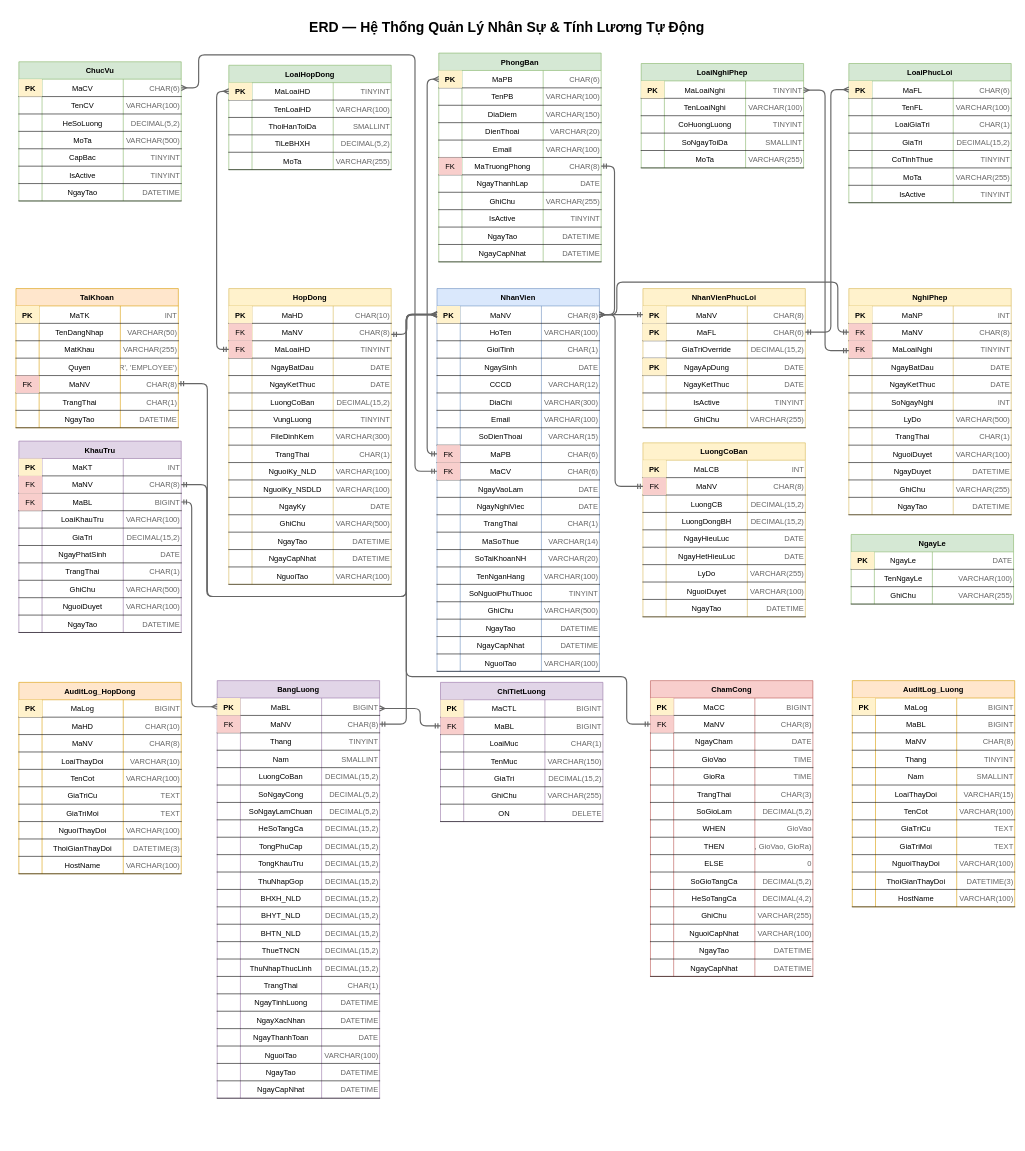
Earlier version of the draw.io diagram 01_Analysis/ERD_diagram.drawio (Thehy-IT/DBMS_Final_HRM). Source tidied: cells renumbered, new cells numbered last; positions are measured from the earlier drawing's top-left corner, leaving out a move shared by most shapes. Both pictures are drawn from the tidied source at 58%, with x=0, y=0 at pixel (16, 10).
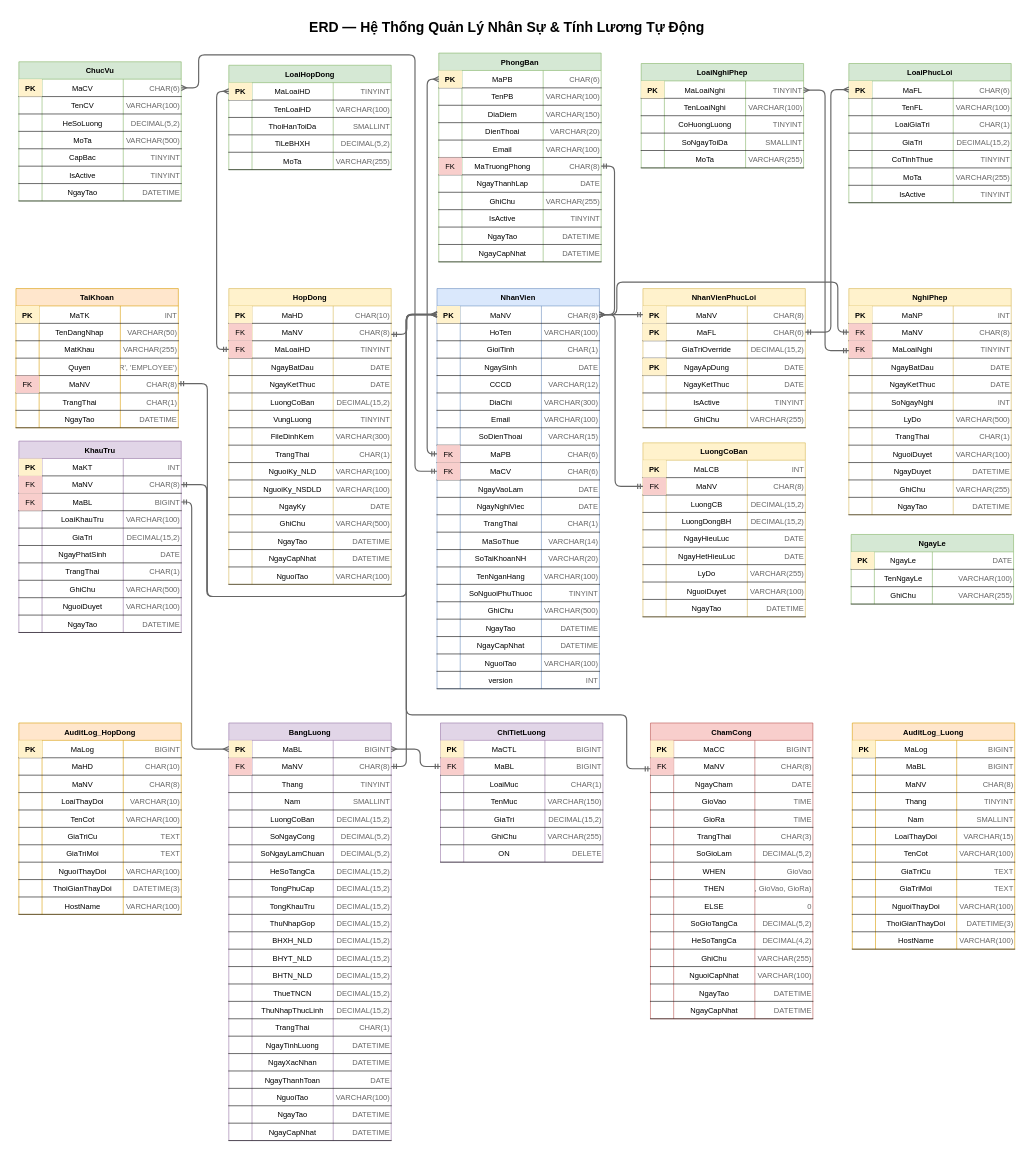
The same page after the edit.

Commit message:
hoàn thiện lại sơ đồ ERD

The change refers to these unchanged cells:
```xml
<mxCell id="161" style="shape=tableRow;horizontal=0;startSize=0;swimlaneHead=0;swimlaneBody=0;fillColor=none;points=[[0,0.5],[1,0.5]];portConstraint=eastwest;fontSize=13;top=0;left=0;right=0;bottom=1;strokeWidth=1;" parent="160" vertex="1">
  <mxGeometry y="30" width="280" height="30" as="geometry" />
</mxCell>
<mxCell id="430" style="shape=tableRow;horizontal=0;startSize=0;swimlaneHead=0;swimlaneBody=0;fillColor=none;points=[[0,0.5],[1,0.5]];portConstraint=eastwest;fontSize=13;top=0;left=0;right=0;bottom=1;strokeWidth=1;" parent="425" vertex="1">
  <mxGeometry y="60" width="280" height="30" as="geometry" />
</mxCell>
<mxCell id="491" style="shape=tableRow;horizontal=0;startSize=0;swimlaneHead=0;swimlaneBody=0;fillColor=none;points=[[0,0.5],[1,0.5]];portConstraint=eastwest;fontSize=13;top=0;left=0;right=0;bottom=1;strokeWidth=1;" parent="490" vertex="1">
  <mxGeometry y="30" width="280" height="30" as="geometry" />
</mxCell>
<mxCell id="495" style="shape=tableRow;horizontal=0;startSize=0;swimlaneHead=0;swimlaneBody=0;fillColor=none;points=[[0,0.5],[1,0.5]];portConstraint=eastwest;fontSize=13;top=0;left=0;right=0;bottom=1;strokeWidth=1;" parent="490" vertex="1">
  <mxGeometry y="60" width="280" height="30" as="geometry" />
</mxCell>
<mxCell id="588" style="shape=tableRow;horizontal=0;startSize=0;swimlaneHead=0;swimlaneBody=0;fillColor=none;points=[[0,0.5],[1,0.5]];portConstraint=eastwest;fontSize=13;top=0;left=0;right=0;bottom=1;strokeWidth=1;" parent="583" vertex="1">
  <mxGeometry y="60" width="280" height="30" as="geometry" />
</mxCell>
<mxCell id="621" style="shape=tableRow;horizontal=0;startSize=0;swimlaneHead=0;swimlaneBody=0;fillColor=none;points=[[0,0.5],[1,0.5]];portConstraint=eastwest;fontSize=13;top=0;left=0;right=0;bottom=1;strokeWidth=1;" parent="612" vertex="1">
  <mxGeometry y="90" width="280" height="30" as="geometry" />
</mxCell>
```

What changed in the source:
```diff
@@
     <mxCell id="160" value="NhanVien" style="shape=table;startSize=30;childLayout=tableLayout;rowLines=0;fontStyle=1;align=center;fontSize=13;fillColor=#dae8fc;strokeColor=#6c8ebf;strokeWidth=1;" parent="1" vertex="1">
-      <mxGeometry x="726" y="480" width="280" height="660" as="geometry" />
+      <mxGeometry x="726" y="480" width="280" height="690" as="geometry" />
     </mxCell>
@@
+    <mxCell id="789" style="shape=tableRow;horizontal=0;startSize=0;swimlaneHead=0;swimlaneBody=0;fillColor=none;fontSize=13;top=0;left=0;right=0;bottom=1;strokeWidth=1;" parent="160" vertex="1">
+      <mxGeometry y="660" width="280" height="30" as="geometry" />
+    </mxCell>
+    <mxCell id="790" style="shape=partialRectangle;fillColor=none;strokeColor=none;top=0;left=0;bottom=0;right=0;fontStyle=0;overflow=hidden;strokeWidth=1;fontSize=13;" parent="789" vertex="1">
+      <mxGeometry width="40" height="30" as="geometry" />
+    </mxCell>
+    <mxCell id="791" value="version" style="shape=partialRectangle;fillColor=none;strokeColor=none;top=0;left=0;bottom=0;right=0;fontStyle=1 if is_pk else 0;overflow=hidden;strokeWidth=1;fontSize=13;" parent="789" vertex="1">
+      <mxGeometry x="40" width="140" height="30" as="geometry" />
+    </mxCell>
+    <mxCell id="792" value="INT" style="shape=partialRectangle;fillColor=none;strokeColor=none;top=0;left=0;bottom=0;right=0;align=right;fontSize=13;fontColor=#666666;overflow=hidden;strokeWidth=1;" parent="789" vertex="1">
+      <mxGeometry x="180" width="100" height="30" as="geometry" />
+    </mxCell>
@@
     <mxCell id="425" value="ChamCong" style="shape=table;startSize=30;childLayout=tableLayout;rowLines=0;fontStyle=1;align=center;fontSize=13;fillColor=#f8cecc;strokeColor=#b85450;strokeWidth=1;" parent="1" vertex="1">
-      <mxGeometry x="1094" y="1156" width="280" height="510" as="geometry" />
+      <mxGeometry x="1094" y="1229" width="280" height="510" as="geometry" />
     </mxCell>
@@
     <mxCell id="490" value="BangLuong" style="shape=table;startSize=30;childLayout=tableLayout;rowLines=0;fontStyle=1;align=center;fontSize=13;fillColor=#e1d5e7;strokeColor=#9673a6;strokeWidth=1;" parent="1" vertex="1">
-      <mxGeometry x="347" y="1156" width="280" height="720" as="geometry" />
+      <mxGeometry x="367" y="1229" width="280" height="720" as="geometry" />
     </mxCell>
@@
     <mxCell id="583" value="ChiTietLuong" style="shape=table;startSize=30;childLayout=tableLayout;rowLines=0;fontStyle=1;align=center;fontSize=13;fillColor=#e1d5e7;strokeColor=#9673a6;strokeWidth=1;" parent="1" vertex="1">
-      <mxGeometry x="732" y="1159" width="280" height="240" as="geometry" />
+      <mxGeometry x="732" y="1229" width="280" height="240" as="geometry" />
     </mxCell>
@@
     <mxCell id="653" value="AuditLog_HopDong" style="shape=table;startSize=30;childLayout=tableLayout;rowLines=0;fontStyle=1;align=center;fontSize=13;fillColor=#ffe6cc;strokeColor=#d79b00;strokeWidth=1;" parent="1" vertex="1">
-      <mxGeometry x="5" y="1159" width="280" height="330" as="geometry" />
+      <mxGeometry x="5" y="1229" width="280" height="330" as="geometry" />
     </mxCell>
@@
     <mxCell id="694" value="AuditLog_Luong" style="shape=table;startSize=30;childLayout=tableLayout;rowLines=0;fontStyle=1;align=center;fontSize=13;fillColor=#ffe6cc;strokeColor=#d79b00;strokeWidth=1;" parent="1" vertex="1">
-      <mxGeometry x="1442" y="1156" width="280" height="390" as="geometry" />
+      <mxGeometry x="1442" y="1229" width="280" height="390" as="geometry" />
     </mxCell>
@@
     <mxCell id="782" style="edgeStyle=orthogonalEdgeStyle;rounded=1;jettySize=auto;html=1;strokeColor=#666666;endArrow=ERmany;endFill=0;startArrow=ERmandOne;startFill=0;strokeWidth=2;fontSize=13;" parent="1" edge="1" source="430" target="161">
       <mxGeometry relative="1" as="geometry">
         <Array as="points">
-          <mxPoint x="1053" y="1231" />
-          <mxPoint x="1053" y="1149" />
-          <mxPoint x="673" y="1149" />
+          <mxPoint x="1053" y="1308" />
+          <mxPoint x="1053" y="1215" />
+          <mxPoint x="673" y="1215" />
           <mxPoint x="673" y="525" />
         </Array>
       </mxGeometry>
     </mxCell>
     <mxCell id="783" style="edgeStyle=orthogonalEdgeStyle;rounded=1;jettySize=auto;html=1;strokeColor=#666666;endArrow=ERmany;endFill=0;startArrow=ERmandOne;startFill=0;strokeWidth=2;fontSize=13;" parent="1" edge="1" source="495" target="160">
       <mxGeometry relative="1" as="geometry">
         <Array as="points">
-          <mxPoint x="673" y="1231" />
+          <mxPoint x="673" y="1304" />
           <mxPoint x="673" y="524" />
         </Array>
       </mxGeometry>
     </mxCell>
     <mxCell id="784" style="edgeStyle=orthogonalEdgeStyle;rounded=1;jettySize=auto;html=1;strokeColor=#666666;endArrow=ERmany;endFill=0;startArrow=ERmandOne;startFill=0;strokeWidth=2;fontSize=13;" parent="1" edge="1" source="588" target="491">
       <mxGeometry relative="1" as="geometry">
         <Array as="points">
-          <mxPoint x="697" y="1234" />
-          <mxPoint x="697" y="1204" />
+          <mxPoint x="697" y="1304" />
+          <mxPoint x="697" y="1274" />
         </Array>
       </mxGeometry>
     </mxCell>
@@
     <mxCell id="786" style="edgeStyle=orthogonalEdgeStyle;rounded=1;jettySize=auto;html=1;strokeColor=#666666;endArrow=ERmany;endFill=0;startArrow=ERmandOne;startFill=0;strokeWidth=2;fontSize=13;" parent="1" edge="1" source="621" target="491">
       <mxGeometry relative="1" as="geometry">
         <Array as="points">
           <mxPoint x="303" y="848" />
-          <mxPoint x="303" y="1201" />
+          <mxPoint x="303" y="1274" />
         </Array>
       </mxGeometry>
     </mxCell>
```
